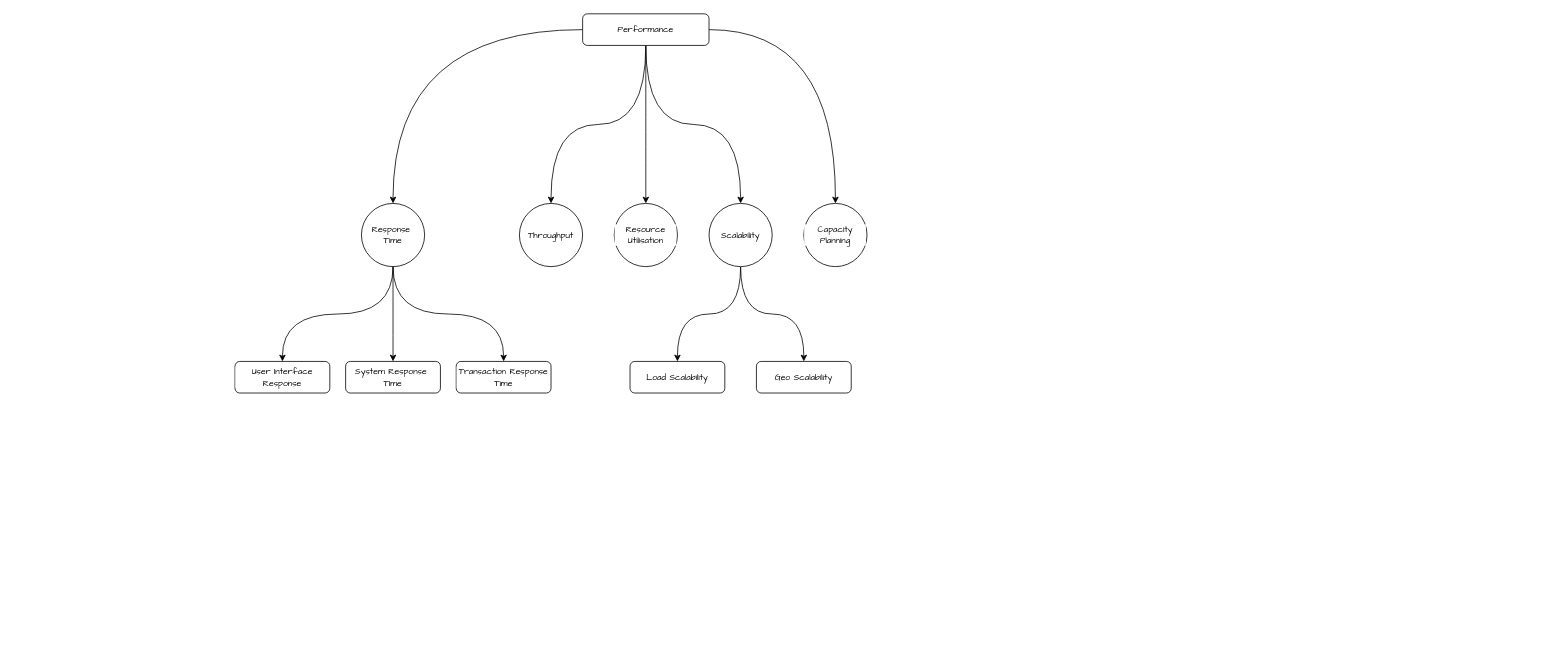
Earlier version of the draw.io diagram page "Performance" (4 of 5) of System Design/System Design : Non-Functional Requirements.drawio (FilledVaccum/MindMaps). Source tidied: cells renumbered, new cells numbered last; positions are measured from the earlier drawing's top-left corner, leaving out a move shared by most shapes. Both pictures are drawn from the tidied source at 79%, with x=0, y=0 at pixel (235, 13).
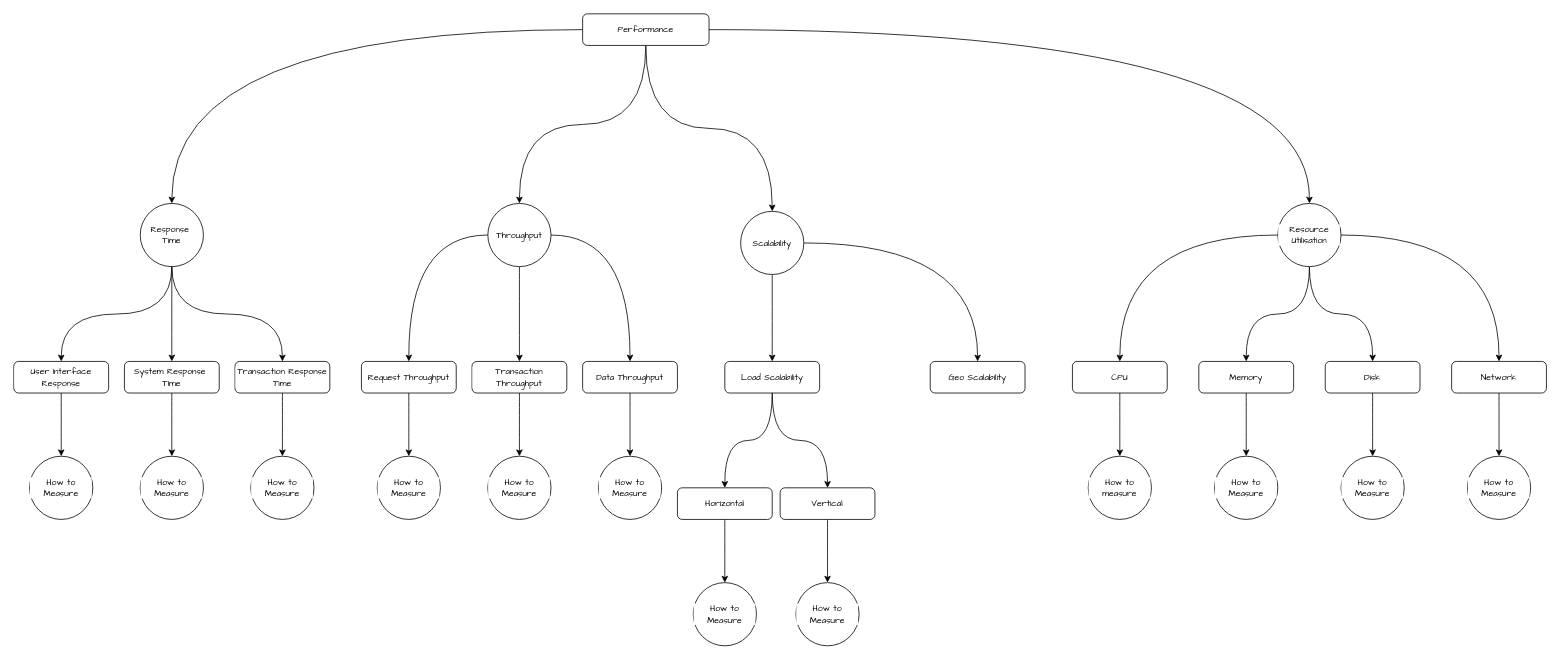
After the change.

The change refers to these unchanged cells:
```xml
<mxCell id="7" value="Performance" style="rounded=1;whiteSpace=wrap;html=1;hachureGap=4;strokeColor=default;align=center;verticalAlign=middle;fontFamily=Architects Daughter;fontSize=11;fontColor=default;labelBackgroundColor=default;fillColor=default;" parent="1" vertex="1">
  <mxGeometry x="440" width="160" height="40" as="geometry" />
</mxCell>
```

The edit, as a diff of the source:
```diff
@@
-    <mxCell id="3" style="edgeStyle=orthogonalEdgeStyle;shape=connector;curved=1;rounded=0;hachureGap=4;jettySize=auto;html=1;strokeColor=default;align=center;verticalAlign=middle;fontFamily=Architects Daughter;fontSize=11;fontColor=default;labelBackgroundColor=default;endArrow=classic;" parent="1" edge="1" source="7" target="10">
+    <mxCell id="3" style="edgeStyle=orthogonalEdgeStyle;shape=connector;curved=1;rounded=0;hachureGap=4;jettySize=auto;html=1;strokeColor=default;align=center;verticalAlign=middle;fontFamily=Architects Daughter;fontSize=11;fontColor=default;labelBackgroundColor=default;endArrow=classic;exitX=0.5;exitY=1;exitDx=0;exitDy=0;" parent="1" edge="1" source="7" target="10">
       <mxGeometry relative="1" as="geometry" />
     </mxCell>
@@
-    <mxCell id="5" style="edgeStyle=orthogonalEdgeStyle;shape=connector;curved=1;rounded=0;hachureGap=4;jettySize=auto;html=1;strokeColor=default;align=center;verticalAlign=middle;fontFamily=Architects Daughter;fontSize=11;fontColor=default;labelBackgroundColor=default;endArrow=classic;" parent="1" edge="1" source="7" target="14">
+    <mxCell id="5" style="edgeStyle=orthogonalEdgeStyle;shape=connector;curved=1;rounded=0;hachureGap=4;jettySize=auto;html=1;strokeColor=default;align=center;verticalAlign=middle;fontFamily=Architects Daughter;fontSize=11;fontColor=default;labelBackgroundColor=default;endArrow=classic;exitX=0.5;exitY=1;exitDx=0;exitDy=0;" parent="1" edge="1" source="7" target="14">
       <mxGeometry relative="1" as="geometry" />
     </mxCell>
-    <mxCell id="6" style="edgeStyle=orthogonalEdgeStyle;shape=connector;curved=1;rounded=0;hachureGap=4;jettySize=auto;html=1;strokeColor=default;align=center;verticalAlign=middle;fontFamily=Architects Daughter;fontSize=11;fontColor=default;labelBackgroundColor=default;endArrow=classic;" parent="1" edge="1" source="7" target="15">
-      <mxGeometry relative="1" as="geometry" />
-    </mxCell>
@@
     <mxCell id="9" value="&lt;div&gt;Response&amp;nbsp;&lt;/div&gt;&lt;div&gt;Time&lt;/div&gt;" style="ellipse;whiteSpace=wrap;html=1;fontSize=11;fontFamily=Architects Daughter;rounded=1;hachureGap=4;labelBackgroundColor=default;" parent="1" vertex="1">
-      <mxGeometry x="160" y="240" width="80" height="80" as="geometry" />
+      <mxGeometry x="-120" y="240" width="80" height="80" as="geometry" />
     </mxCell>
+    <mxCell id="23" style="edgeStyle=orthogonalEdgeStyle;shape=connector;curved=1;rounded=0;hachureGap=4;jettySize=auto;html=1;strokeColor=default;align=center;verticalAlign=middle;fontFamily=Architects Daughter;fontSize=11;fontColor=default;labelBackgroundColor=default;endArrow=classic;" parent="1" edge="1" source="10" target="41">
+      <mxGeometry relative="1" as="geometry" />
+    </mxCell>
+    <mxCell id="24" style="edgeStyle=orthogonalEdgeStyle;shape=connector;curved=1;rounded=0;hachureGap=4;jettySize=auto;html=1;strokeColor=default;align=center;verticalAlign=middle;fontFamily=Architects Daughter;fontSize=11;fontColor=default;labelBackgroundColor=default;endArrow=classic;" parent="1" edge="1" source="10" target="43">
+      <mxGeometry relative="1" as="geometry" />
+    </mxCell>
+    <mxCell id="25" style="edgeStyle=orthogonalEdgeStyle;shape=connector;curved=1;rounded=0;hachureGap=4;jettySize=auto;html=1;strokeColor=default;align=center;verticalAlign=middle;fontFamily=Architects Daughter;fontSize=11;fontColor=default;labelBackgroundColor=default;endArrow=classic;" parent="1" edge="1" source="10" target="45">
+      <mxGeometry relative="1" as="geometry" />
+    </mxCell>
     <mxCell id="10" value="Throughput" style="ellipse;whiteSpace=wrap;html=1;fontSize=11;fontFamily=Architects Daughter;rounded=1;hachureGap=4;labelBackgroundColor=default;" parent="1" vertex="1">
-      <mxGeometry x="360" y="240" width="80" height="80" as="geometry" />
+      <mxGeometry x="320" y="240" width="80" height="80" as="geometry" />
     </mxCell>
+    <mxCell id="26" style="edgeStyle=orthogonalEdgeStyle;shape=connector;curved=1;rounded=0;hachureGap=4;jettySize=auto;html=1;strokeColor=default;align=center;verticalAlign=middle;fontFamily=Architects Daughter;fontSize=11;fontColor=default;labelBackgroundColor=default;endArrow=classic;" parent="1" edge="1" source="11" target="54">
+      <mxGeometry relative="1" as="geometry" />
+    </mxCell>
+    <mxCell id="27" style="edgeStyle=orthogonalEdgeStyle;shape=connector;curved=1;rounded=0;hachureGap=4;jettySize=auto;html=1;strokeColor=default;align=center;verticalAlign=middle;fontFamily=Architects Daughter;fontSize=11;fontColor=default;labelBackgroundColor=default;endArrow=classic;" parent="1" edge="1" source="11" target="56">
+      <mxGeometry relative="1" as="geometry" />
+    </mxCell>
+    <mxCell id="28" style="edgeStyle=orthogonalEdgeStyle;shape=connector;curved=1;rounded=0;hachureGap=4;jettySize=auto;html=1;strokeColor=default;align=center;verticalAlign=middle;fontFamily=Architects Daughter;fontSize=11;fontColor=default;labelBackgroundColor=default;endArrow=classic;" parent="1" edge="1" source="11" target="58">
+      <mxGeometry relative="1" as="geometry" />
+    </mxCell>
+    <mxCell id="29" style="edgeStyle=orthogonalEdgeStyle;shape=connector;curved=1;rounded=0;hachureGap=4;jettySize=auto;html=1;strokeColor=default;align=center;verticalAlign=middle;fontFamily=Architects Daughter;fontSize=11;fontColor=default;labelBackgroundColor=default;endArrow=classic;" parent="1" edge="1" source="11" target="60">
+      <mxGeometry relative="1" as="geometry" />
+    </mxCell>
     <mxCell id="11" value="Resource Utilisation" style="ellipse;whiteSpace=wrap;html=1;fontSize=11;fontFamily=Architects Daughter;rounded=1;hachureGap=4;labelBackgroundColor=default;" parent="1" vertex="1">
-      <mxGeometry x="480" y="240" width="80" height="80" as="geometry" />
+      <mxGeometry x="1320" y="240" width="80" height="80" as="geometry" />
     </mxCell>
@@
     <mxCell id="14" value="Scalability" style="ellipse;whiteSpace=wrap;html=1;fontSize=11;fontFamily=Architects Daughter;rounded=1;hachureGap=4;labelBackgroundColor=default;" parent="1" vertex="1">
-      <mxGeometry x="600" y="240" width="80" height="80" as="geometry" />
+      <mxGeometry x="640" y="250" width="80" height="80" as="geometry" />
     </mxCell>
-    <mxCell id="15" value="Capacity Planning" style="ellipse;whiteSpace=wrap;html=1;fontSize=11;fontFamily=Architects Daughter;rounded=1;hachureGap=4;labelBackgroundColor=default;" parent="1" vertex="1">
-      <mxGeometry x="720" y="240" width="80" height="80" as="geometry" />
-    </mxCell>
@@
+    <mxCell id="30" style="edgeStyle=orthogonalEdgeStyle;shape=connector;curved=1;rounded=0;hachureGap=4;jettySize=auto;html=1;strokeColor=default;align=center;verticalAlign=middle;fontFamily=Architects Daughter;fontSize=11;fontColor=default;labelBackgroundColor=default;endArrow=classic;" parent="1" edge="1" source="17" target="35">
+      <mxGeometry relative="1" as="geometry" />
+    </mxCell>
     <mxCell id="17" value="User Interface Response" style="whiteSpace=wrap;html=1;fontSize=11;fontFamily=Architects Daughter;rounded=1;hachureGap=4;labelBackgroundColor=default;" parent="1" vertex="1">
-      <mxGeometry y="440" width="120" height="40" as="geometry" />
+      <mxGeometry x="-280" y="440" width="120" height="40" as="geometry" />
     </mxCell>
@@
+    <mxCell id="31" style="edgeStyle=orthogonalEdgeStyle;shape=connector;curved=1;rounded=0;hachureGap=4;jettySize=auto;html=1;strokeColor=default;align=center;verticalAlign=middle;fontFamily=Architects Daughter;fontSize=11;fontColor=default;labelBackgroundColor=default;endArrow=classic;" parent="1" edge="1" source="19" target="36">
+      <mxGeometry relative="1" as="geometry" />
+    </mxCell>
     <mxCell id="19" value="&lt;div&gt;System Response&amp;nbsp;&lt;/div&gt;&lt;div&gt;TIme&lt;/div&gt;" style="whiteSpace=wrap;html=1;fontSize=11;fontFamily=Architects Daughter;rounded=1;hachureGap=4;labelBackgroundColor=default;" parent="1" vertex="1">
-      <mxGeometry x="140" y="440" width="120" height="40" as="geometry" />
+      <mxGeometry x="-140" y="440" width="120" height="40" as="geometry" />
     </mxCell>
+    <mxCell id="32" style="edgeStyle=orthogonalEdgeStyle;shape=connector;curved=1;rounded=0;hachureGap=4;jettySize=auto;html=1;strokeColor=default;align=center;verticalAlign=middle;fontFamily=Architects Daughter;fontSize=11;fontColor=default;labelBackgroundColor=default;endArrow=classic;" parent="1" edge="1" source="20" target="37">
+      <mxGeometry relative="1" as="geometry" />
+    </mxCell>
     <mxCell id="20" value="Transaction Response Time" style="whiteSpace=wrap;html=1;fontSize=11;fontFamily=Architects Daughter;rounded=1;hachureGap=4;labelBackgroundColor=default;" parent="1" vertex="1">
-      <mxGeometry x="280" y="440" width="120" height="40" as="geometry" />
+      <mxGeometry y="440" width="120" height="40" as="geometry" />
     </mxCell>
+    <mxCell id="33" style="edgeStyle=orthogonalEdgeStyle;shape=connector;curved=1;rounded=0;hachureGap=4;jettySize=auto;html=1;strokeColor=default;align=center;verticalAlign=middle;fontFamily=Architects Daughter;fontSize=11;fontColor=default;labelBackgroundColor=default;endArrow=classic;" parent="1" edge="1" source="21" target="49">
+      <mxGeometry relative="1" as="geometry" />
+    </mxCell>
+    <mxCell id="34" style="edgeStyle=orthogonalEdgeStyle;shape=connector;curved=1;rounded=0;hachureGap=4;jettySize=auto;html=1;strokeColor=default;align=center;verticalAlign=middle;fontFamily=Architects Daughter;fontSize=11;fontColor=default;labelBackgroundColor=default;endArrow=classic;" parent="1" edge="1" source="21" target="51">
+      <mxGeometry relative="1" as="geometry" />
+    </mxCell>
     <mxCell id="21" value="Load Scalability" style="whiteSpace=wrap;html=1;fontSize=11;fontFamily=Architects Daughter;rounded=1;hachureGap=4;labelBackgroundColor=default;" parent="1" vertex="1">
-      <mxGeometry x="500" y="440" width="120" height="40" as="geometry" />
+      <mxGeometry x="620" y="440" width="120" height="40" as="geometry" />
     </mxCell>
     <mxCell id="22" value="Geo Scalability" style="whiteSpace=wrap;html=1;fontSize=11;fontFamily=Architects Daughter;rounded=1;hachureGap=4;labelBackgroundColor=default;" parent="1" vertex="1">
-      <mxGeometry x="660" y="440" width="120" height="40" as="geometry" />
+      <mxGeometry x="880" y="440" width="120" height="40" as="geometry" />
     </mxCell>
+    <mxCell id="35" value="How to Measure" style="ellipse;whiteSpace=wrap;html=1;fontSize=11;fontFamily=Architects Daughter;rounded=1;hachureGap=4;labelBackgroundColor=default;" parent="1" vertex="1">
+      <mxGeometry x="-260" y="560" width="80" height="80" as="geometry" />
+    </mxCell>
+    <mxCell id="36" value="How to Measure" style="ellipse;whiteSpace=wrap;html=1;fontSize=11;fontFamily=Architects Daughter;rounded=1;hachureGap=4;labelBackgroundColor=default;" parent="1" vertex="1">
+      <mxGeometry x="-120" y="560" width="80" height="80" as="geometry" />
+    </mxCell>
+    <mxCell id="37" value="How to Measure" style="ellipse;whiteSpace=wrap;html=1;fontSize=11;fontFamily=Architects Daughter;rounded=1;hachureGap=4;labelBackgroundColor=default;" parent="1" vertex="1">
+      <mxGeometry x="20" y="560" width="80" height="80" as="geometry" />
+    </mxCell>
+    <mxCell id="38" value="How to Measure" style="ellipse;whiteSpace=wrap;html=1;fontSize=11;fontFamily=Architects Daughter;rounded=1;hachureGap=4;labelBackgroundColor=default;" parent="1" vertex="1">
+      <mxGeometry x="580" y="720" width="80" height="80" as="geometry" />
+    </mxCell>
+    <mxCell id="39" value="How to Measure" style="ellipse;whiteSpace=wrap;html=1;fontSize=11;fontFamily=Architects Daughter;rounded=1;hachureGap=4;labelBackgroundColor=default;" parent="1" vertex="1">
+      <mxGeometry x="180" y="560" width="80" height="80" as="geometry" />
+    </mxCell>
+    <mxCell id="40" style="edgeStyle=orthogonalEdgeStyle;shape=connector;curved=1;rounded=0;hachureGap=4;jettySize=auto;html=1;strokeColor=default;align=center;verticalAlign=middle;fontFamily=Architects Daughter;fontSize=11;fontColor=default;labelBackgroundColor=default;endArrow=classic;" parent="1" edge="1" source="41" target="39">
+      <mxGeometry relative="1" as="geometry" />
+    </mxCell>
+    <mxCell id="41" value="Request Throughput" style="whiteSpace=wrap;html=1;fontSize=11;fontFamily=Architects Daughter;rounded=1;hachureGap=4;labelBackgroundColor=default;" parent="1" vertex="1">
+      <mxGeometry x="160" y="440" width="120" height="40" as="geometry" />
+    </mxCell>
+    <mxCell id="42" style="edgeStyle=orthogonalEdgeStyle;shape=connector;curved=1;rounded=0;hachureGap=4;jettySize=auto;html=1;strokeColor=default;align=center;verticalAlign=middle;fontFamily=Architects Daughter;fontSize=11;fontColor=default;labelBackgroundColor=default;endArrow=classic;" parent="1" edge="1" source="43" target="46">
+      <mxGeometry relative="1" as="geometry" />
+    </mxCell>
+    <mxCell id="43" value="Transaction Throughput" style="whiteSpace=wrap;html=1;fontSize=11;fontFamily=Architects Daughter;rounded=1;hachureGap=4;labelBackgroundColor=default;" parent="1" vertex="1">
+      <mxGeometry x="300" y="440" width="120" height="40" as="geometry" />
+    </mxCell>
+    <mxCell id="44" style="edgeStyle=orthogonalEdgeStyle;shape=connector;curved=1;rounded=0;hachureGap=4;jettySize=auto;html=1;strokeColor=default;align=center;verticalAlign=middle;fontFamily=Architects Daughter;fontSize=11;fontColor=default;labelBackgroundColor=default;endArrow=classic;" parent="1" edge="1" source="45" target="47">
+      <mxGeometry relative="1" as="geometry" />
+    </mxCell>
+    <mxCell id="45" value="Data Throughput" style="whiteSpace=wrap;html=1;fontSize=11;fontFamily=Architects Daughter;rounded=1;hachureGap=4;labelBackgroundColor=default;" parent="1" vertex="1">
+      <mxGeometry x="440" y="440" width="120" height="40" as="geometry" />
+    </mxCell>
+    <mxCell id="46" value="How to Measure" style="ellipse;whiteSpace=wrap;html=1;fontSize=11;fontFamily=Architects Daughter;rounded=1;hachureGap=4;labelBackgroundColor=default;" parent="1" vertex="1">
+      <mxGeometry x="320" y="560" width="80" height="80" as="geometry" />
+    </mxCell>
+    <mxCell id="47" value="How to Measure" style="ellipse;whiteSpace=wrap;html=1;fontSize=11;fontFamily=Architects Daughter;rounded=1;hachureGap=4;labelBackgroundColor=default;" parent="1" vertex="1">
+      <mxGeometry x="460" y="560" width="80" height="80" as="geometry" />
+    </mxCell>
+    <mxCell id="48" style="edgeStyle=orthogonalEdgeStyle;shape=connector;curved=1;rounded=0;hachureGap=4;jettySize=auto;html=1;strokeColor=default;align=center;verticalAlign=middle;fontFamily=Architects Daughter;fontSize=11;fontColor=default;labelBackgroundColor=default;endArrow=classic;" parent="1" edge="1" source="49" target="38">
+      <mxGeometry relative="1" as="geometry" />
+    </mxCell>
+    <mxCell id="49" value="Horizontal" style="whiteSpace=wrap;html=1;fontSize=11;fontFamily=Architects Daughter;rounded=1;hachureGap=4;labelBackgroundColor=default;" parent="1" vertex="1">
+      <mxGeometry x="560" y="600" width="120" height="40" as="geometry" />
+    </mxCell>
+    <mxCell id="50" style="edgeStyle=orthogonalEdgeStyle;shape=connector;curved=1;rounded=0;hachureGap=4;jettySize=auto;html=1;entryX=0.5;entryY=0;entryDx=0;entryDy=0;strokeColor=default;align=center;verticalAlign=middle;fontFamily=Architects Daughter;fontSize=11;fontColor=default;labelBackgroundColor=default;endArrow=classic;" parent="1" edge="1" source="51" target="52">
+      <mxGeometry relative="1" as="geometry" />
+    </mxCell>
+    <mxCell id="51" value="Vertical" style="whiteSpace=wrap;html=1;fontSize=11;fontFamily=Architects Daughter;rounded=1;hachureGap=4;labelBackgroundColor=default;" parent="1" vertex="1">
+      <mxGeometry x="690" y="600" width="120" height="40" as="geometry" />
+    </mxCell>
+    <mxCell id="52" value="How to Measure" style="ellipse;whiteSpace=wrap;html=1;fontSize=11;fontFamily=Architects Daughter;rounded=1;hachureGap=4;labelBackgroundColor=default;" parent="1" vertex="1">
+      <mxGeometry x="710" y="720" width="80" height="80" as="geometry" />
+    </mxCell>
+    <mxCell id="53" style="edgeStyle=orthogonalEdgeStyle;shape=connector;curved=1;rounded=0;hachureGap=4;jettySize=auto;html=1;strokeColor=default;align=center;verticalAlign=middle;fontFamily=Architects Daughter;fontSize=11;fontColor=default;labelBackgroundColor=default;endArrow=classic;" parent="1" edge="1" source="54" target="64">
+      <mxGeometry relative="1" as="geometry" />
+    </mxCell>
+    <mxCell id="54" value="CPU" style="whiteSpace=wrap;html=1;fontSize=11;fontFamily=Architects Daughter;rounded=1;hachureGap=4;labelBackgroundColor=default;" parent="1" vertex="1">
+      <mxGeometry x="1060" y="440" width="120" height="40" as="geometry" />
+    </mxCell>
+    <mxCell id="55" style="edgeStyle=orthogonalEdgeStyle;shape=connector;curved=1;rounded=0;hachureGap=4;jettySize=auto;html=1;strokeColor=default;align=center;verticalAlign=middle;fontFamily=Architects Daughter;fontSize=11;fontColor=default;labelBackgroundColor=default;endArrow=classic;" parent="1" edge="1" source="56" target="63">
+      <mxGeometry relative="1" as="geometry" />
+    </mxCell>
+    <mxCell id="56" value="Memory" style="whiteSpace=wrap;html=1;fontSize=11;fontFamily=Architects Daughter;rounded=1;hachureGap=4;labelBackgroundColor=default;" parent="1" vertex="1">
+      <mxGeometry x="1220" y="440" width="120" height="40" as="geometry" />
+    </mxCell>
+    <mxCell id="57" style="edgeStyle=orthogonalEdgeStyle;shape=connector;curved=1;rounded=0;hachureGap=4;jettySize=auto;html=1;strokeColor=default;align=center;verticalAlign=middle;fontFamily=Architects Daughter;fontSize=11;fontColor=default;labelBackgroundColor=default;endArrow=classic;" parent="1" edge="1" source="58" target="61">
+      <mxGeometry relative="1" as="geometry" />
+    </mxCell>
+    <mxCell id="58" value="Disk" style="whiteSpace=wrap;html=1;fontSize=11;fontFamily=Architects Daughter;rounded=1;hachureGap=4;labelBackgroundColor=default;" parent="1" vertex="1">
+      <mxGeometry x="1380" y="440" width="120" height="40" as="geometry" />
+    </mxCell>
+    <mxCell id="59" style="edgeStyle=orthogonalEdgeStyle;shape=connector;curved=1;rounded=0;hachureGap=4;jettySize=auto;html=1;strokeColor=default;align=center;verticalAlign=middle;fontFamily=Architects Daughter;fontSize=11;fontColor=default;labelBackgroundColor=default;endArrow=classic;" parent="1" edge="1" source="60" target="62">
+      <mxGeometry relative="1" as="geometry" />
+    </mxCell>
+    <mxCell id="60" value="Network" style="whiteSpace=wrap;html=1;fontSize=11;fontFamily=Architects Daughter;rounded=1;hachureGap=4;labelBackgroundColor=default;" parent="1" vertex="1">
+      <mxGeometry x="1540" y="440" width="120" height="40" as="geometry" />
+    </mxCell>
+    <mxCell id="61" value="How to Measure" style="ellipse;whiteSpace=wrap;html=1;fontSize=11;fontFamily=Architects Daughter;rounded=1;hachureGap=4;labelBackgroundColor=default;" parent="1" vertex="1">
+      <mxGeometry x="1400" y="560" width="80" height="80" as="geometry" />
+    </mxCell>
+    <mxCell id="62" value="How to Measure" style="ellipse;whiteSpace=wrap;html=1;fontSize=11;fontFamily=Architects Daughter;rounded=1;hachureGap=4;labelBackgroundColor=default;" parent="1" vertex="1">
+      <mxGeometry x="1560" y="560" width="80" height="80" as="geometry" />
+    </mxCell>
+    <mxCell id="63" value="How to Measure" style="ellipse;whiteSpace=wrap;html=1;fontSize=11;fontFamily=Architects Daughter;rounded=1;hachureGap=4;labelBackgroundColor=default;" parent="1" vertex="1">
+      <mxGeometry x="1240" y="560" width="80" height="80" as="geometry" />
+    </mxCell>
+    <mxCell id="64" value="How to measure" style="ellipse;whiteSpace=wrap;html=1;fontSize=11;fontFamily=Architects Daughter;rounded=1;hachureGap=4;labelBackgroundColor=default;" parent="1" vertex="1">
+      <mxGeometry x="1080" y="560" width="80" height="80" as="geometry" />
+    </mxCell>
```
